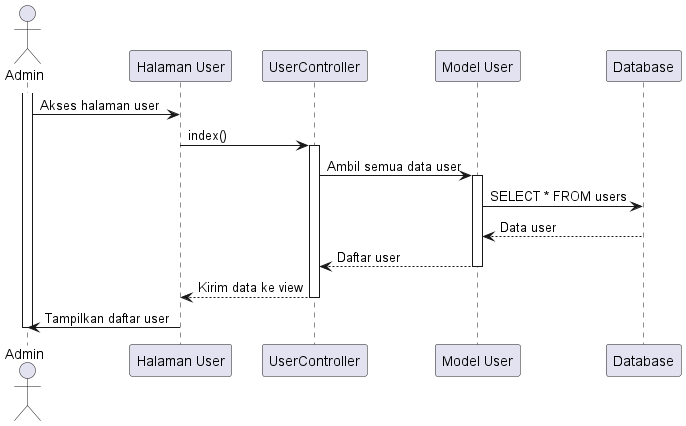
This is out/sequence diagram/user/melihat_user/melihat_user.png from tengahcang/UML_TA, a PlantUML export, as it was before one commit.
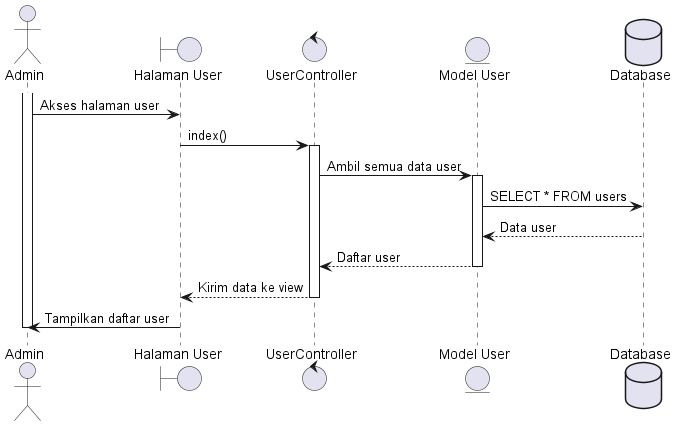
After the commit.

Change to the diagram source:
```diff
@@ -1,10 +1,10 @@
 @startuml
 actor Admin
 
-participant "Halaman User" as UserPage
-participant "UserController" as Controller
-participant "Model User" as UserModel
-participant "Database" as DB
+boundary "Halaman User" as UserPage
+control "UserController" as Controller
+entity "Model User" as UserModel
+database "Database" as DB
 
 activate Admin
 Admin -> UserPage: Akses halaman user
```
